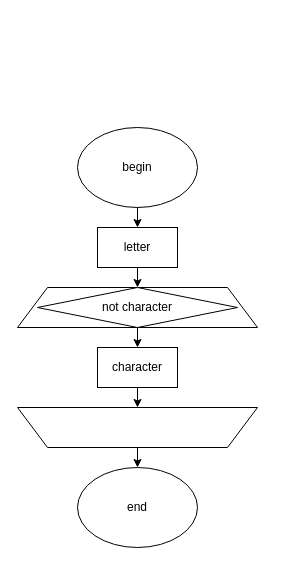
heliosgg/singarule keeps this draw.io diagram as singarule/resources/schemes/genericName.drawio. Above is the earlier version. Source tidied: cells renumbered, new cells numbered last; positions are measured from the earlier drawing's top-left corner, leaving out a move shared by most shapes. Both pictures are drawn from the tidied source at 100%, with x=0, y=0 at pixel (17, 127).
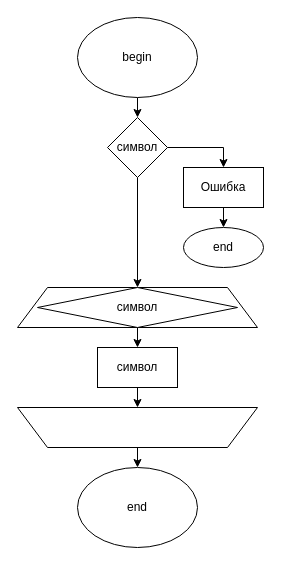
The same diagram, later.

Change to the diagram source:
```diff
@@
 <mxGraphModel>
   <root>
     <mxCell id="0" />
     <mxCell id="1" parent="0" />
-    <mxCell id="2" style="edgeStyle=orthogonalEdgeStyle;rounded=0;jettySize=auto;html=1;exitX=0.5;exitY=1;exitDx=0;exitDy=0;entryX=0.5;entryY=0;entryDx=0;entryDy=0;" parent="1" edge="1" source="3" target="5">
-      <mxGeometry relative="1" as="geometry" />
-    </mxCell>
+    <mxCell id="14" style="edgeStyle=orthogonalEdgeStyle;rounded=0;jettySize=auto;html=1;exitX=0.5;exitY=1;exitDx=0;exitDy=0;entryX=0.5;entryY=0;entryDx=0;entryDy=0;" parent="1" edge="1" source="3" target="20">
+      <mxGeometry relative="1" as="geometry" />
+    </mxCell>
     <mxCell id="3" value="begin" style="ellipse;whiteSpace=wrap;html=1;" parent="1" vertex="1">
-      <mxGeometry x="60" width="120" height="80" as="geometry" />
+      <mxGeometry x="60" y="-110" width="120" height="80" as="geometry" />
     </mxCell>
-    <mxCell id="4" style="edgeStyle=orthogonalEdgeStyle;rounded=0;jettySize=auto;html=1;exitX=0.5;exitY=1;exitDx=0;exitDy=0;entryX=0.5;entryY=0;entryDx=0;entryDy=0;" parent="1" edge="1" source="5" target="9">
-      <mxGeometry relative="1" as="geometry" />
-    </mxCell>
-    <mxCell id="5" value="letter" style="rounded=0;whiteSpace=wrap;html=1;" parent="1" vertex="1">
-      <mxGeometry x="80" y="100" width="80" height="40" as="geometry" />
-    </mxCell>
     <mxCell id="6" style="edgeStyle=orthogonalEdgeStyle;rounded=0;jettySize=auto;html=1;exitX=0.5;exitY=1;exitDx=0;exitDy=0;entryX=0.5;entryY=1;entryDx=0;entryDy=0;" parent="1" edge="1" source="7" target="11">
       <mxGeometry relative="1" as="geometry" />
     </mxCell>
-    <mxCell id="7" value="character" style="rounded=0;whiteSpace=wrap;html=1;" parent="1" vertex="1">
+    <mxCell id="7" value="символ" style="rounded=0;whiteSpace=wrap;html=1;" parent="1" vertex="1">
       <mxGeometry x="80" y="220" width="80" height="40" as="geometry" />
     </mxCell>
     <mxCell id="8" style="edgeStyle=orthogonalEdgeStyle;rounded=0;jettySize=auto;html=1;exitX=0.5;exitY=1;exitDx=0;exitDy=0;entryX=0.5;entryY=0;entryDx=0;entryDy=0;" parent="1" edge="1" source="9" target="7">
       <mxGeometry relative="1" as="geometry" />
     </mxCell>
     <mxCell id="9" style="shape=trapezoid;perimeter=trapezoidPerimeter;whiteSpace=wrap;html=1;fixedSize=1;size=30;" parent="1" vertex="1">
       <mxGeometry y="160" width="240" height="40" as="geometry" />
     </mxCell>
     <mxCell id="10" style="edgeStyle=orthogonalEdgeStyle;rounded=0;jettySize=auto;html=1;exitX=0.5;exitY=0;exitDx=0;exitDy=0;entryX=0.5;entryY=0;entryDx=0;entryDy=0;" parent="1" edge="1" source="11" target="13">
       <mxGeometry relative="1" as="geometry" />
     </mxCell>
     <mxCell id="11" style="shape=trapezoid;perimeter=trapezoidPerimeter;whiteSpace=wrap;html=1;fixedSize=1;size=30;rotation=-180;" parent="1" vertex="1">
       <mxGeometry y="280" width="240" height="40" as="geometry" />
     </mxCell>
-    <mxCell id="12" value="not character" style="rhombus;whiteSpace=wrap;html=1;" parent="1" vertex="1">
+    <mxCell id="12" value="символ" style="rhombus;whiteSpace=wrap;html=1;" parent="1" vertex="1">
       <mxGeometry x="20" y="160" width="200" height="40" as="geometry" />
     </mxCell>
     <mxCell id="13" value="end" style="ellipse;whiteSpace=wrap;html=1;" parent="1" vertex="1">
       <mxGeometry x="60" y="340" width="120" height="80" as="geometry" />
     </mxCell>
+    <mxCell id="15" style="edgeStyle=orthogonalEdgeStyle;rounded=0;jettySize=auto;html=1;exitX=0.5;exitY=1;exitDx=0;exitDy=0;entryX=0.5;entryY=0;entryDx=0;entryDy=0;" parent="1" edge="1" source="16" target="17">
+      <mxGeometry relative="1" as="geometry" />
+    </mxCell>
+    <mxCell id="16" value="Ошибка" style="rounded=0;whiteSpace=wrap;html=1;" parent="1" vertex="1">
+      <mxGeometry x="166" y="40" width="80" height="40" as="geometry" />
+    </mxCell>
+    <mxCell id="17" value="end" style="ellipse;whiteSpace=wrap;html=1;" parent="1" vertex="1">
+      <mxGeometry x="166" y="100" width="80" height="40" as="geometry" />
+    </mxCell>
+    <mxCell id="18" style="edgeStyle=orthogonalEdgeStyle;rounded=0;jettySize=auto;html=1;exitX=1;exitY=0.5;exitDx=0;exitDy=0;entryX=0.5;entryY=0;entryDx=0;entryDy=0;" parent="1" edge="1" source="20" target="16">
+      <mxGeometry relative="1" as="geometry" />
+    </mxCell>
+    <mxCell id="19" style="edgeStyle=orthogonalEdgeStyle;rounded=0;jettySize=auto;html=1;exitX=0.5;exitY=1;exitDx=0;exitDy=0;entryX=0.5;entryY=0;entryDx=0;entryDy=0;" parent="1" edge="1" source="20" target="9">
+      <mxGeometry relative="1" as="geometry" />
+    </mxCell>
+    <mxCell id="20" value="символ" style="rhombus;whiteSpace=wrap;html=1;" parent="1" vertex="1">
+      <mxGeometry x="90" y="-10" width="60" height="60" as="geometry" />
+    </mxCell>
   </root>
 </mxGraphModel>
```
